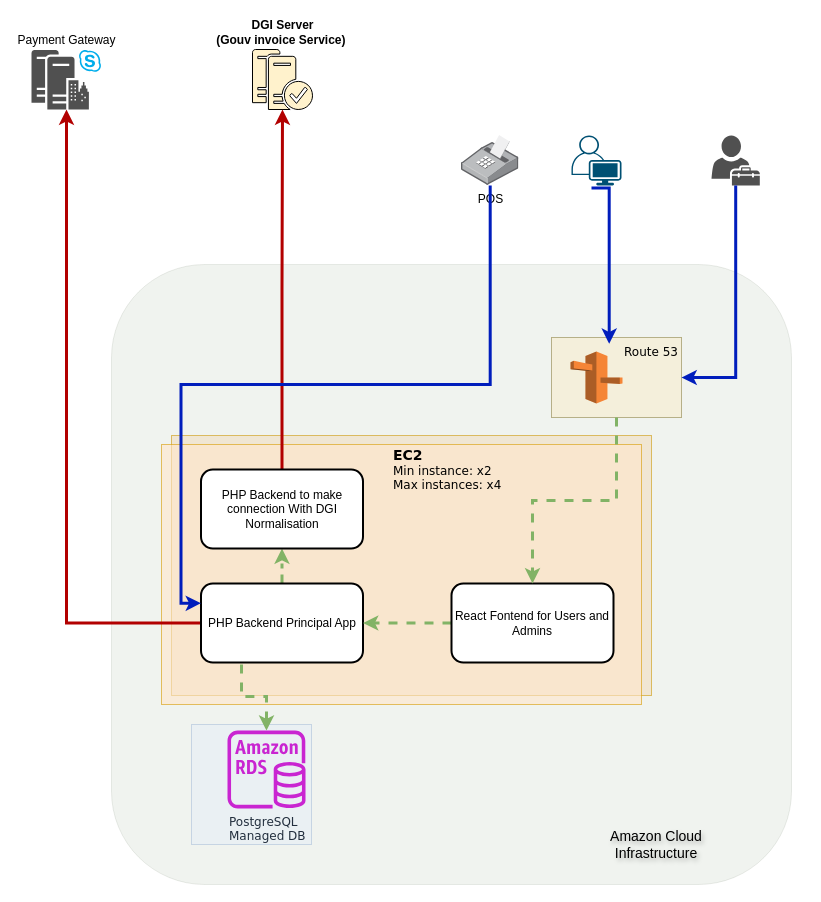
cagroi/draw.io keeps this draw.io diagram as page "Main Scope" (1 of 2) of nova-archi-tech.drawio. Above is the earlier version. Source tidied: cells renumbered, new cells numbered last; positions are measured from the earlier drawing's top-left corner, leaving out a move shared by most shapes. Both pictures are drawn from the tidied source at 100%, with x=0, y=0 at pixel (31, 49).
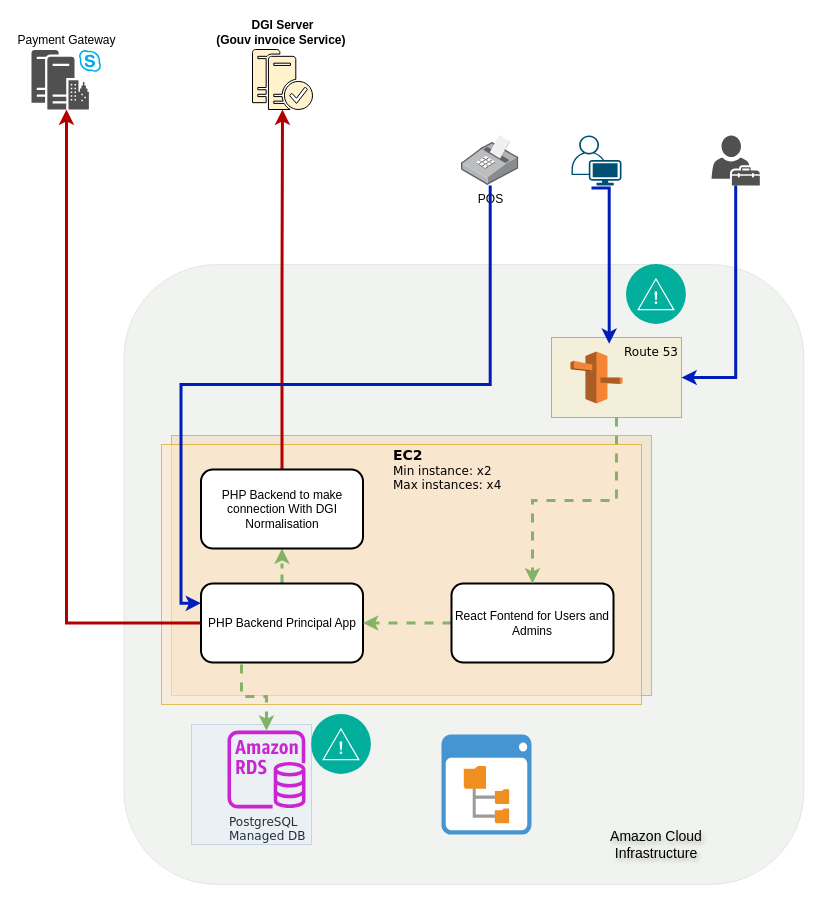
Above is the later version.

The change refers to these unchanged cells:
```xml
<mxCell id="3" style="group;" parent="1" vertex="1">
  <mxGeometry x="80" y="215" width="680" height="620" as="geometry" />
</mxCell>
```

Diff of the diagram source:
```diff
@@
     <mxCell id="4" style="rounded=1;whiteSpace=wrap;html=1;opacity=10;fillColor=#6d8764;fontColor=#ffffff;strokeColor=#3A5431;" parent="3" vertex="1">
-      <mxGeometry width="680" height="620" as="geometry" />
+      <mxGeometry x="12.4" width="680" height="620" as="geometry" />
     </mxCell>
@@
+    <mxCell id="33" style="shadow=0;dashed=0;html=1;strokeColor=none;fillColor=#4495D1;labelPosition=center;verticalLabelPosition=bottom;verticalAlign=top;align=center;shape=mxgraph.veeam.2d.file_system_browser;" parent="3" vertex="1">
+      <mxGeometry x="330" y="470" width="90" height="100" as="geometry" />
+    </mxCell>
+    <mxCell id="34" style="image;perimeter=ellipsePerimeter;html=1;align=center;shadow=0;dashed=0;fontColor=#4277BB;labelBackgroundColor=default;fontSize=12;spacingTop=3;image=img/lib/ibm/management/alert_notification.svg;" parent="3" vertex="1">
+      <mxGeometry x="515" width="60" height="60" as="geometry" />
+    </mxCell>
+    <mxCell id="35" style="image;perimeter=ellipsePerimeter;html=1;align=center;shadow=0;dashed=0;fontColor=#4277BB;labelBackgroundColor=default;fontSize=12;spacingTop=3;image=img/lib/ibm/management/alert_notification.svg;" parent="3" vertex="1">
+      <mxGeometry x="200" y="450" width="60" height="60" as="geometry" />
+    </mxCell>
```
